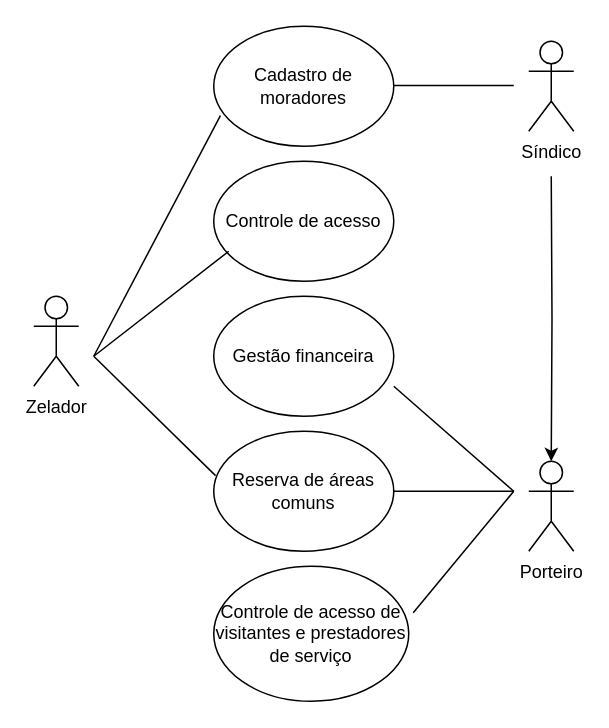
Above: Diagrama sem nome.drawio in JORGEMELO21/drawio (draw.io), before the change. Source tidied: cells renumbered, new cells numbered last; positions are measured from the earlier drawing's top-left corner, leaving out a move shared by most shapes. Both pictures are drawn from the tidied source at 150%, with x=0, y=0 at pixel (33, 26).
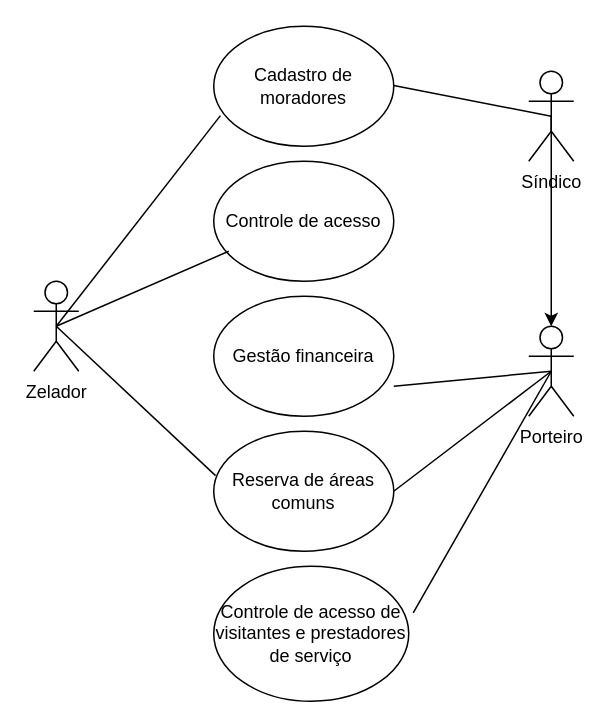
After the change.

Commit message:
Actualizar Diagrama savecondo.drawio

The change refers to these unchanged cells:
```xml
<mxCell id="3" value="Cadastro de moradores" style="ellipse;whiteSpace=wrap;html=1;" parent="1" vertex="1">
  <mxGeometry x="120" width="120" height="80" as="geometry" />
</mxCell>
<mxCell id="4" value="Controle de acesso de visitantes e prestadores de serviço" style="ellipse;whiteSpace=wrap;html=1;" parent="1" vertex="1">
  <mxGeometry x="120" y="360" width="130" height="90" as="geometry" />
</mxCell>
<mxCell id="6" value="Gestão financeira" style="ellipse;whiteSpace=wrap;html=1;" parent="1" vertex="1">
  <mxGeometry x="120" y="180" width="120" height="80" as="geometry" />
</mxCell>
<mxCell id="7" value="Reserva de áreas comuns" style="ellipse;whiteSpace=wrap;html=1;" parent="1" vertex="1">
  <mxGeometry x="120" y="270" width="120" height="80" as="geometry" />
</mxCell>
```

The edit, as a diff of the source:
```diff
@@
     <mxCell id="2" value="Zelador" style="shape=umlActor;verticalLabelPosition=bottom;verticalAlign=top;html=1;outlineConnect=0;" parent="1" vertex="1">
-      <mxGeometry y="180" width="30" height="60" as="geometry" />
+      <mxGeometry y="170" width="30" height="60" as="geometry" />
     </mxCell>
@@
-    <mxCell id="8" style="edgeStyle=orthogonalEdgeStyle;rounded=0;jettySize=auto;html=1;" parent="1" edge="1" target="17">
-      <mxGeometry relative="1" as="geometry">
-        <mxPoint x="345" y="100" as="sourcePoint" />
-      </mxGeometry>
+    <mxCell id="8" style="edgeStyle=orthogonalEdgeStyle;rounded=0;jettySize=auto;html=1;exitX=0.5;exitY=0.5;exitDx=0;exitDy=0;exitPerimeter=0;" parent="1" edge="1" source="9" target="17">
+      <mxGeometry relative="1" as="geometry" />
     </mxCell>
     <mxCell id="9" value="Síndico" style="shape=umlActor;verticalLabelPosition=bottom;verticalAlign=top;html=1;outlineConnect=0;" parent="1" vertex="1">
-      <mxGeometry x="330" y="10" width="30" height="60" as="geometry" />
+      <mxGeometry x="330" y="30" width="30" height="60" as="geometry" />
     </mxCell>
-    <mxCell id="10" style="endArrow=none;html=1;rounded=0;entryX=1;entryY=0.5;entryDx=0;entryDy=0;" parent="1" edge="1" target="7">
-      <mxGeometry relative="1" as="geometry">
-        <mxPoint x="320" y="310" as="sourcePoint" />
-      </mxGeometry>
+    <mxCell id="10" style="endArrow=none;html=1;rounded=0;entryX=1;entryY=0.5;entryDx=0;entryDy=0;exitX=0.5;exitY=0.5;exitDx=0;exitDy=0;exitPerimeter=0;" parent="1" edge="1" source="17" target="7">
+      <mxGeometry relative="1" as="geometry" />
     </mxCell>
-    <mxCell id="11" style="endArrow=none;html=1;rounded=0;exitX=1.023;exitY=0.345;exitDx=0;exitDy=0;exitPerimeter=0;" parent="1" edge="1" source="4">
-      <mxGeometry relative="1" as="geometry">
-        <mxPoint x="320" y="310" as="targetPoint" />
-      </mxGeometry>
+    <mxCell id="11" style="endArrow=none;html=1;rounded=0;exitX=1.023;exitY=0.345;exitDx=0;exitDy=0;exitPerimeter=0;entryX=0.5;entryY=0.5;entryDx=0;entryDy=0;entryPerimeter=0;" parent="1" edge="1" source="4" target="17">
+      <mxGeometry relative="1" as="geometry" />
     </mxCell>
-    <mxCell id="12" style="endArrow=none;html=1;rounded=0;entryX=1;entryY=0.75;entryDx=0;entryDy=0;entryPerimeter=0;" parent="1" edge="1" target="6">
-      <mxGeometry relative="1" as="geometry">
-        <mxPoint x="320" y="310" as="sourcePoint" />
-      </mxGeometry>
+    <mxCell id="12" style="endArrow=none;html=1;rounded=0;entryX=1;entryY=0.75;entryDx=0;entryDy=0;entryPerimeter=0;exitX=0.5;exitY=0.5;exitDx=0;exitDy=0;exitPerimeter=0;" parent="1" edge="1" source="17" target="6">
+      <mxGeometry relative="1" as="geometry" />
     </mxCell>
-    <mxCell id="13" style="endArrow=none;html=1;rounded=0;entryX=0.037;entryY=0.745;entryDx=0;entryDy=0;entryPerimeter=0;" parent="1" edge="1" target="3">
-      <mxGeometry relative="1" as="geometry">
-        <mxPoint x="40" y="220" as="sourcePoint" />
-      </mxGeometry>
+    <mxCell id="13" style="endArrow=none;html=1;rounded=0;entryX=0.037;entryY=0.745;entryDx=0;entryDy=0;entryPerimeter=0;exitX=0.5;exitY=0.5;exitDx=0;exitDy=0;exitPerimeter=0;" parent="1" edge="1" source="2" target="3">
+      <mxGeometry relative="1" as="geometry" />
     </mxCell>
-    <mxCell id="14" style="endArrow=none;html=1;rounded=0;entryX=0.01;entryY=0.37;entryDx=0;entryDy=0;entryPerimeter=0;" parent="1" edge="1" target="7">
-      <mxGeometry relative="1" as="geometry">
-        <mxPoint x="40" y="220" as="sourcePoint" />
-      </mxGeometry>
+    <mxCell id="14" style="endArrow=none;html=1;rounded=0;entryX=0.01;entryY=0.37;entryDx=0;entryDy=0;entryPerimeter=0;exitX=0.5;exitY=0.5;exitDx=0;exitDy=0;exitPerimeter=0;" parent="1" edge="1" source="2" target="7">
+      <mxGeometry relative="1" as="geometry" />
     </mxCell>
-    <mxCell id="15" style="endArrow=none;html=1;rounded=0;" parent="1" edge="1">
+    <mxCell id="15" style="endArrow=none;html=1;rounded=0;exitX=0.5;exitY=0.5;exitDx=0;exitDy=0;exitPerimeter=0;" parent="1" edge="1" source="2">
       <mxGeometry relative="1" as="geometry">
-        <mxPoint x="40" y="220" as="sourcePoint" />
         <mxPoint x="130" y="150" as="targetPoint" />
       </mxGeometry>
     </mxCell>
-    <mxCell id="16" style="endArrow=none;html=1;rounded=0;" parent="1" edge="1">
+    <mxCell id="16" style="endArrow=none;html=1;rounded=0;entryX=0.5;entryY=0.5;entryDx=0;entryDy=0;entryPerimeter=0;" parent="1" edge="1" target="9">
       <mxGeometry relative="1" as="geometry">
         <mxPoint x="240" y="39.5" as="sourcePoint" />
-        <mxPoint x="320" y="39.5" as="targetPoint" />
       </mxGeometry>
     </mxCell>
     <mxCell id="17" value="Porteiro" style="shape=umlActor;verticalLabelPosition=bottom;verticalAlign=top;html=1;outlineConnect=0;" parent="1" vertex="1">
-      <mxGeometry x="330" y="290" width="30" height="60" as="geometry" />
+      <mxGeometry x="330" y="200" width="30" height="60" as="geometry" />
     </mxCell>
```
